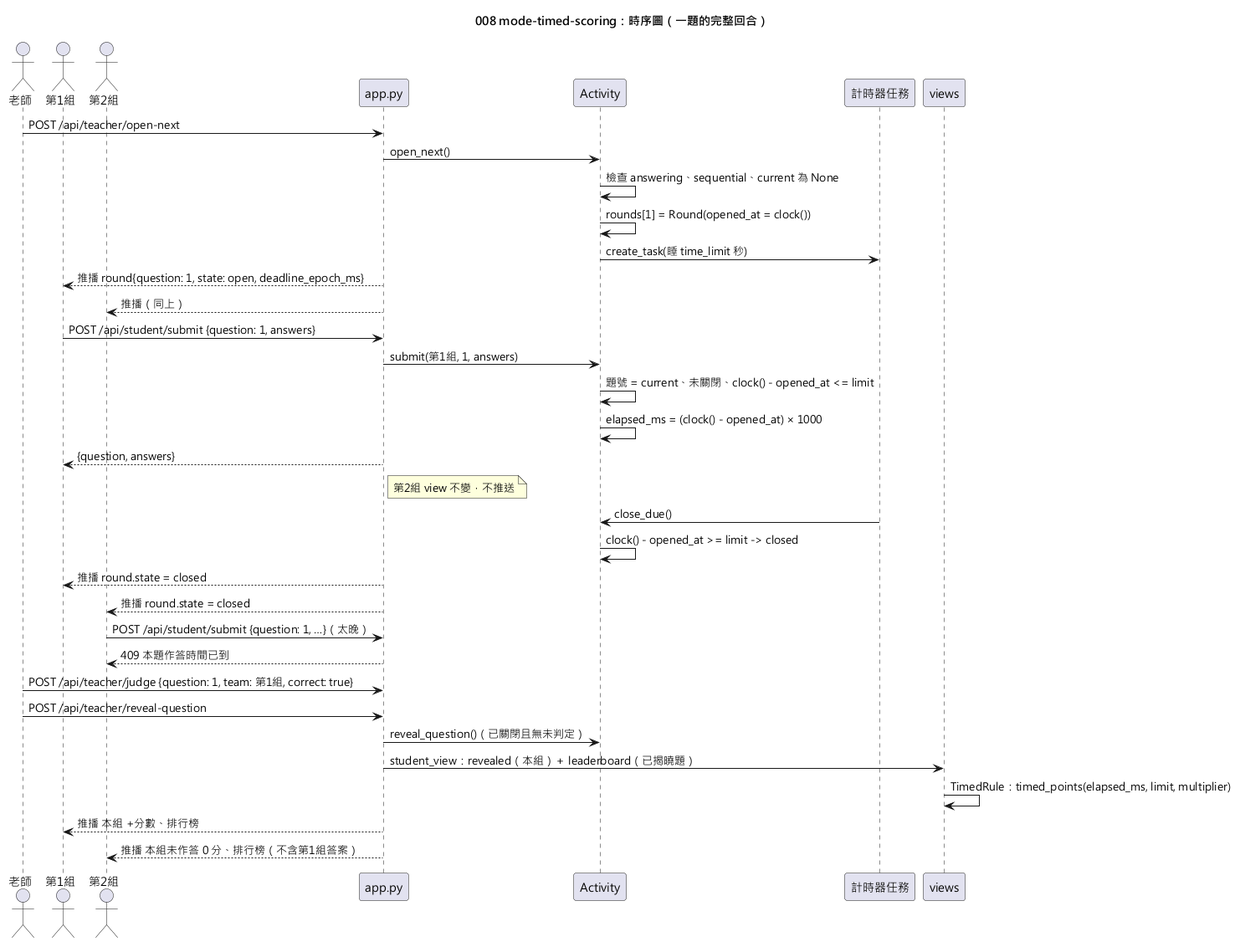
yue083139/software_fin-speckit keeps this PlantUML diagram as diagrams/008-mode-timed-scoring-sequence.png. Above is the earlier version. Its diagram source:
```plantuml
@startuml 008-mode-timed-scoring-sequence
skinparamlocked defaultFontName Microsoft JhengHei
title 008 mode-timed-scoring：時序圖（一題的完整回合）

actor "老師" as T
actor "第1組" as A
actor "第2組" as B
participant "app.py" as App
participant "Activity" as Act
participant "計時器任務" as Timer
participant "views" as V

T -> App : POST /api/teacher/open-next
App -> Act : open_next()
Act -> Act : 檢查 answering、sequential、current 為 None
Act -> Act : rounds[1] = Round(opened_at = clock())
Act -> Timer : create_task(睡 time_limit 秒)
App --> A : 推播 round{question: 1, state: open, deadline_epoch_ms}
App --> B : 推播（同上）

A -> App : POST /api/student/submit {question: 1, answers}
App -> Act : submit(第1組, 1, answers)
Act -> Act : 題號 = current、未關閉、clock() - opened_at <= limit
Act -> Act : elapsed_ms = (clock() - opened_at) × 1000
App --> A : {question, answers}
note right of App : 第2組 view 不變，不推送

Timer -> Act : close_due()
Act -> Act : clock() - opened_at >= limit -> closed
App --> A : 推播 round.state = closed
App --> B : 推播 round.state = closed

B -> App : POST /api/student/submit {question: 1, …}（太晚）
App --> B : 409 本題作答時間已到

T -> App : POST /api/teacher/judge {question: 1, team: 第1組, correct: true}
T -> App : POST /api/teacher/reveal-question
App -> Act : reveal_question()（已關閉且無未判定）
App -> V : student_view：revealed（本組）＋ leaderboard（已揭曉題）
V -> V : TimedRule：timed_points(elapsed_ms, limit, multiplier)
App --> A : 推播 本組 +分數、排行榜
App --> B : 推播 本組未作答 0 分、排行榜（不含第1組答案）
@enduml
```
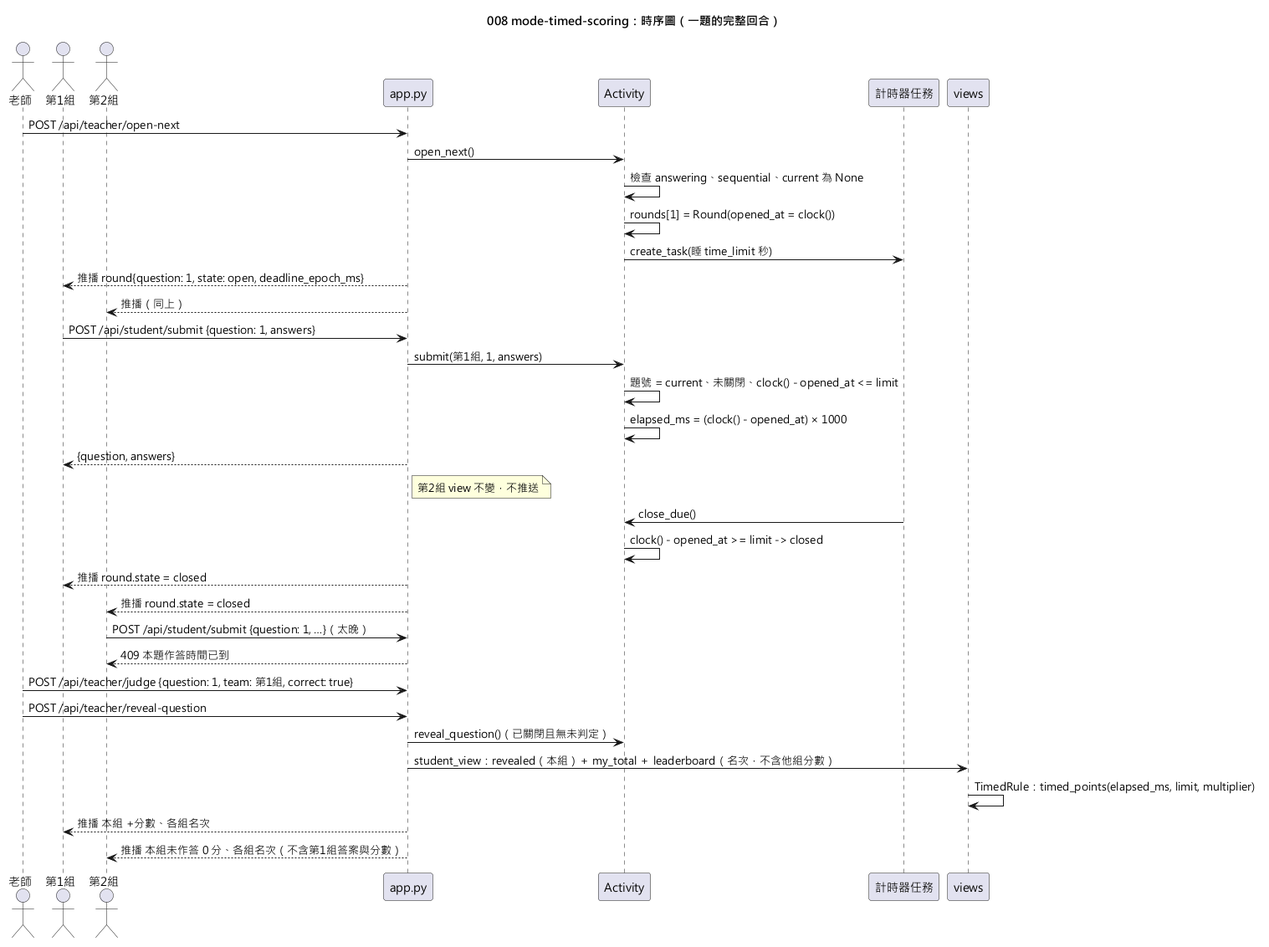
The same file after the commit.

The edit, as a diff of the source:
```diff
@@ -36,8 +36,8 @@
 T -> App : POST /api/teacher/judge {question: 1, team: 第1組, correct: true}
 T -> App : POST /api/teacher/reveal-question
 App -> Act : reveal_question()（已關閉且無未判定）
-App -> V : student_view：revealed（本組）＋ leaderboard（已揭曉題）
+App -> V : student_view：revealed（本組）＋ my_total ＋ leaderboard（名次，不含他組分數）
 V -> V : TimedRule：timed_points(elapsed_ms, limit, multiplier)
-App --> A : 推播 本組 +分數、排行榜
-App --> B : 推播 本組未作答 0 分、排行榜（不含第1組答案）
+App --> A : 推播 本組 +分數、各組名次
+App --> B : 推播 本組未作答 0 分、各組名次（不含第1組答案與分數）
 @enduml
```
